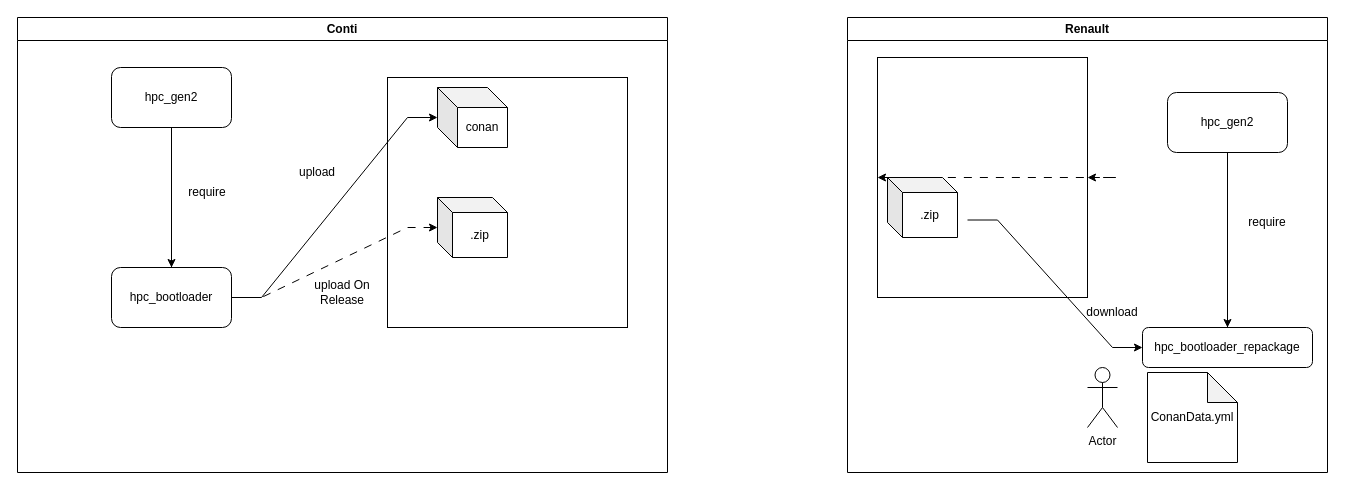
Earlier version of the draw.io diagram Diagramme sans nom.drawio (salmen/conti). Source tidied: cells renumbered, new cells numbered last; positions are measured from the earlier drawing's top-left corner, leaving out a move shared by most shapes. Both pictures are drawn from the tidied source at 100%, with x=0, y=0 at pixel (17, 17).
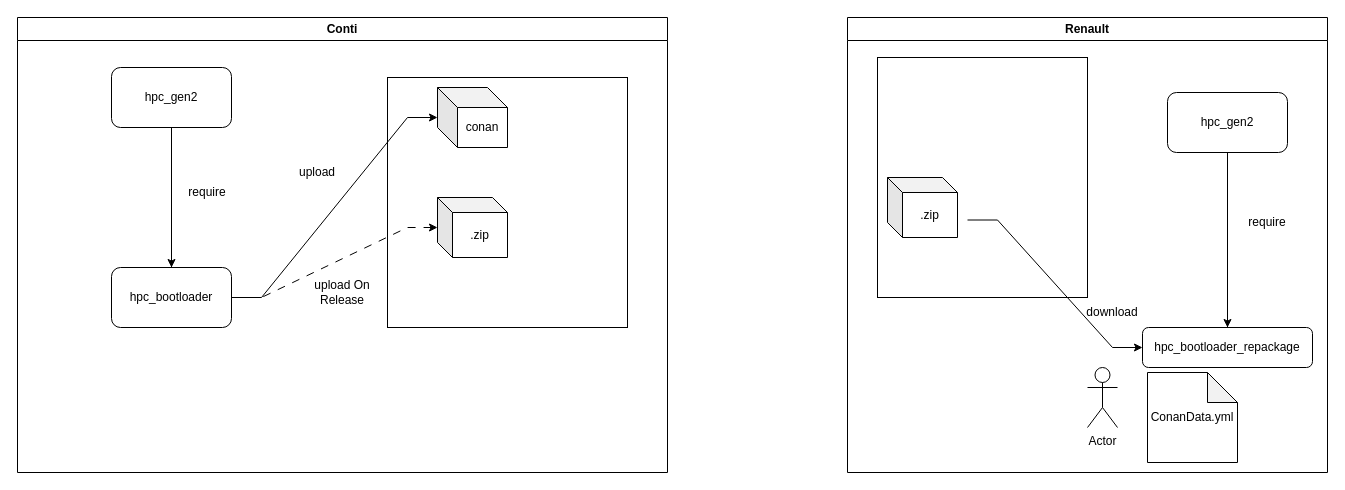
After the change.

Commit message (it also covers changes not shown here):
Mettre à jour Diagramme sans nom.drawio

Unchanged cells that the change refers to:
```xml
<mxCell id="15" value="Renault" style="swimlane;whiteSpace=wrap;html=1;" parent="1" vertex="1">
  <mxGeometry x="830" width="480" height="455" as="geometry" />
</mxCell>
<mxCell id="16" style="rounded=0;whiteSpace=wrap;html=1;align=right;" parent="15" vertex="1">
  <mxGeometry x="30" y="40" width="210" height="240" as="geometry" />
</mxCell>
```

The edit, as a diff of the source:
```diff
@@
-    <mxCell id="27" style="edgeStyle=entityRelationEdgeStyle;rounded=0;orthogonalLoop=1;jettySize=auto;html=1;exitX=0;exitY=0.5;exitDx=0;exitDy=0;dashed=1;dashPattern=8 8;startArrow=classic;startFill=1;endArrow=classic;endFill=1;" parent="15" edge="1" source="16" target="16">
-      <mxGeometry relative="1" as="geometry" />
-    </mxCell>
```
